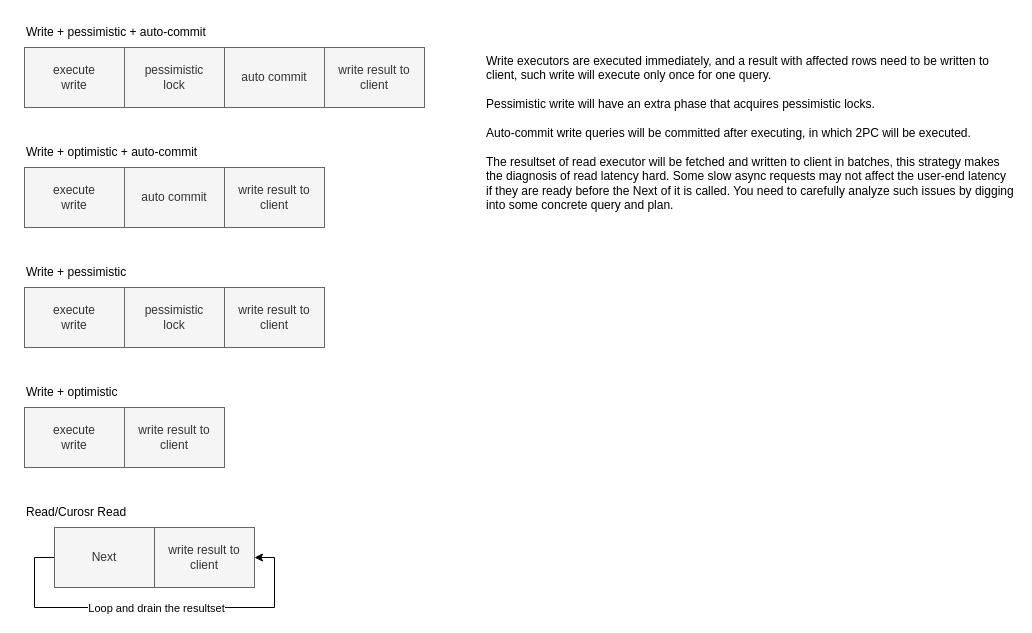
Above: src/tidb-execution.drawio in you06/performance-map (draw.io), before the change. Source tidied: cells renumbered, new cells numbered last; positions are measured from the earlier drawing's top-left corner, leaving out a move shared by most shapes. Both pictures are drawn from the tidied source at 100%, with x=0, y=0 at pixel (24, 17).
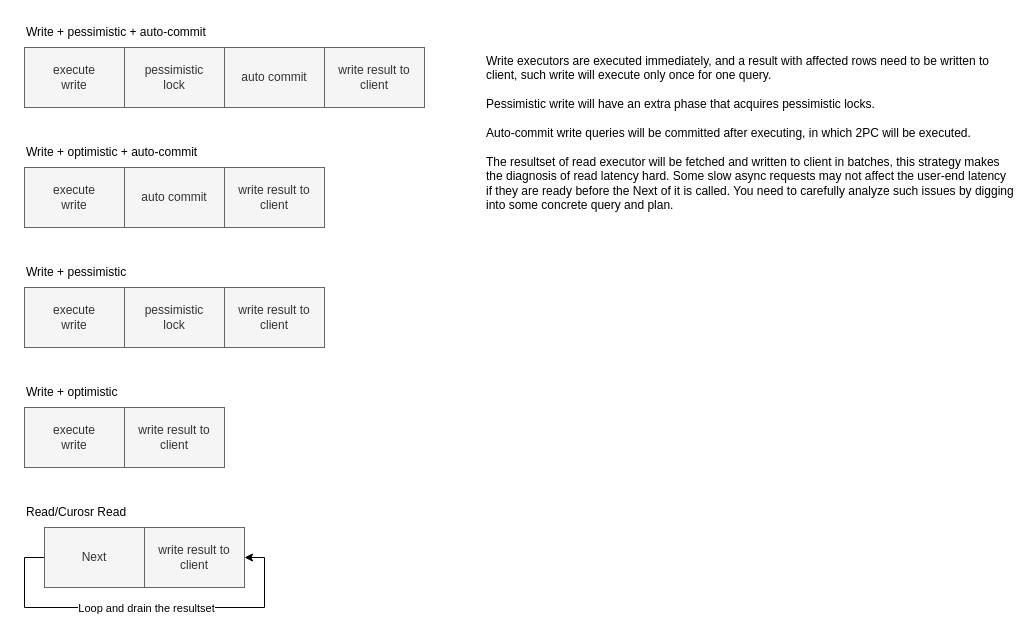
The same diagram, later.

Diff of the diagram source:
```diff
@@
-    <mxCell id="18" style="rounded=0;whiteSpace=wrap;html=1;" parent="1" vertex="1">
-      <mxGeometry x="30" y="510" width="200" height="60" as="geometry" />
-    </mxCell>
     <mxCell id="19" style="edgeStyle=orthogonalEdgeStyle;rounded=0;jettySize=auto;html=1;entryX=1;entryY=0.5;entryDx=0;entryDy=0;" parent="1" edge="1" source="21" target="27">
       <mxGeometry relative="1" as="geometry">
         <Array as="points">
-          <mxPoint x="10" y="540" />
-          <mxPoint x="10" y="590" />
-          <mxPoint x="250" y="590" />
-          <mxPoint x="250" y="540" />
+          <mxPoint y="540" />
+          <mxPoint y="590" />
+          <mxPoint x="240" y="590" />
+          <mxPoint x="240" y="540" />
         </Array>
       </mxGeometry>
     </mxCell>
@@
     <mxCell id="21" value="Next" style="rounded=0;whiteSpace=wrap;html=1;fillColor=#f5f5f5;strokeColor=#666666;fontColor=#333333;" parent="1" vertex="1">
-      <mxGeometry x="30" y="510" width="100" height="60" as="geometry" />
+      <mxGeometry x="20" y="510" width="100" height="60" as="geometry" />
     </mxCell>
@@
     <mxCell id="27" value="write result to&lt;br&gt;client" style="rounded=0;whiteSpace=wrap;html=1;fillColor=#f5f5f5;strokeColor=#666666;fontColor=#333333;" parent="1" vertex="1">
-      <mxGeometry x="130" y="510" width="100" height="60" as="geometry" />
+      <mxGeometry x="120" y="510" width="100" height="60" as="geometry" />
     </mxCell>
```
